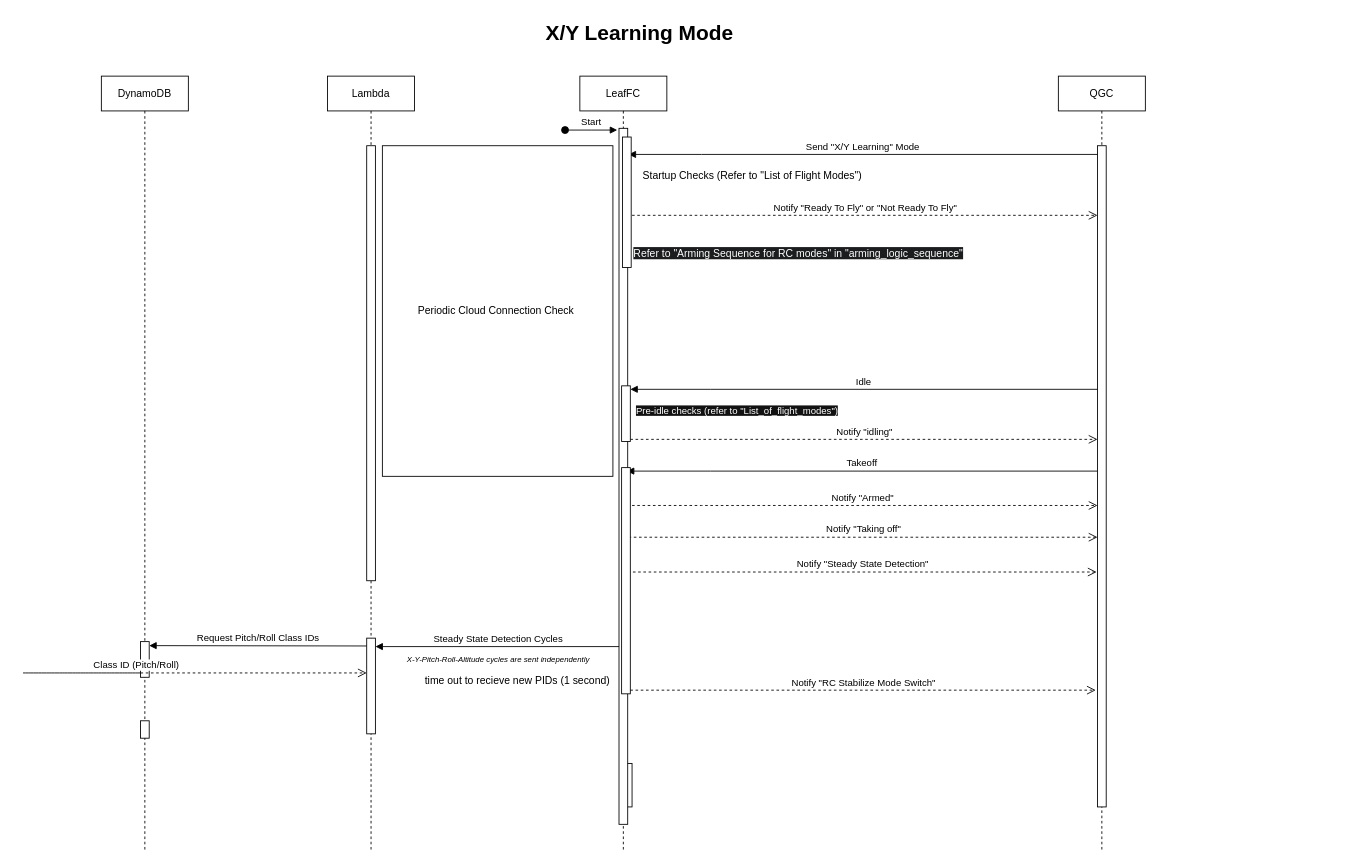
This is Guide/HEAR Software/Flight Modes/Modes Sequence Diagrams/Common.drawio from DroneLeaf/HEAR_wiki, a draw.io file, before an edit. Source tidied: cells renumbered, new cells numbered last; positions are measured from the earlier drawing's top-left corner, leaving out a move shared by most shapes. Both pictures are drawn from the tidied source at 87%, with x=0, y=0 at pixel (23, 15).
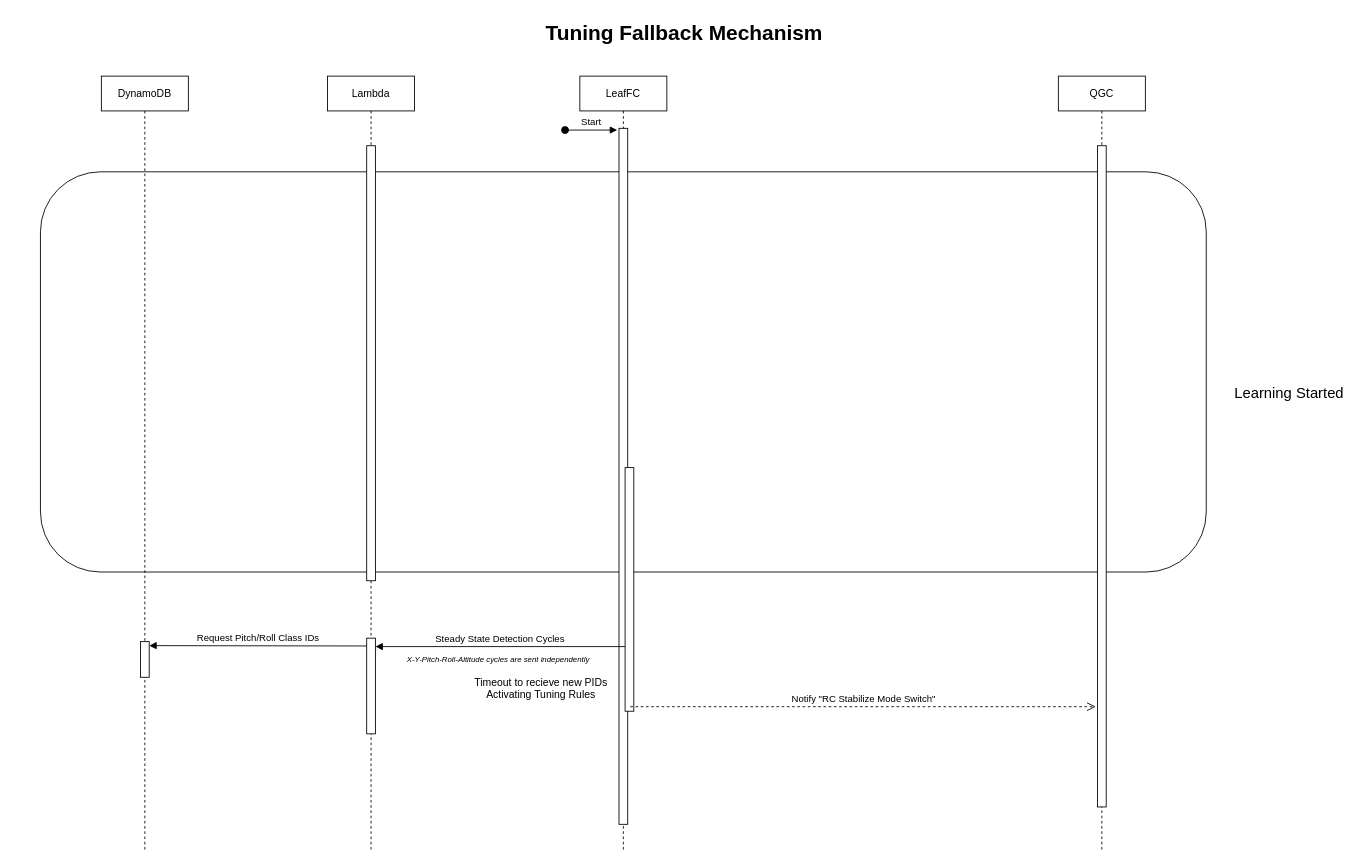
The same page after the edit.

Commit message:
changed the common tuning fallback mechanism to make it compatable with all learning modes

The change refers to these unchanged cells:
```xml
<mxCell id="2" value="LeafFC" style="shape=umlLifeline;perimeter=lifelinePerimeter;whiteSpace=wrap;html=1;newEdgeStyle={&quot;edgeStyle&quot;:&quot;elbowEdgeStyle&quot;,&quot;elbow&quot;:&quot;vertical&quot;,&quot;curved&quot;:0,&quot;rounded&quot;:0};" parent="1" vertex="1">
  <mxGeometry x="640" y="70" width="100" height="890" as="geometry" />
</mxCell>
<mxCell id="15" value="&lt;div&gt;DynamoDB&lt;/div&gt;" style="shape=umlLifeline;perimeter=lifelinePerimeter;whiteSpace=wrap;html=1;newEdgeStyle={&quot;edgeStyle&quot;:&quot;elbowEdgeStyle&quot;,&quot;elbow&quot;:&quot;vertical&quot;,&quot;curved&quot;:0,&quot;rounded&quot;:0};" parent="1" vertex="1">
  <mxGeometry x="90" y="70" width="100" height="890" as="geometry" />
</mxCell>
<mxCell id="18" style="html=1;points=[];perimeter=orthogonalPerimeter;outlineConnect=0;targetShapes=umlLifeline;portConstraint=eastwest;newEdgeStyle={&quot;edgeStyle&quot;:&quot;elbowEdgeStyle&quot;,&quot;elbow&quot;:&quot;vertical&quot;,&quot;curved&quot;:0,&quot;rounded&quot;:0};" parent="1" vertex="1">
  <mxGeometry x="135" y="720" width="10" height="41" as="geometry" />
</mxCell>
```

What changed in the source:
```diff
@@
+    <mxCell id="36" style="rounded=1;whiteSpace=wrap;html=1;" parent="1" vertex="1">
+      <mxGeometry x="20" y="180" width="1340" height="460" as="geometry" />
+    </mxCell>
@@
-    <mxCell id="3" style="html=1;perimeter=orthogonalPerimeter;targetShapes=umlLifeline;newEdgeStyle={&quot;edgeStyle&quot;:&quot;elbowEdgeStyle&quot;,&quot;elbow&quot;:&quot;vertical&quot;,&quot;curved&quot;:0,&quot;rounded&quot;:0};" parent="2" vertex="1">
-      <mxGeometry x="50" y="790" width="10" height="50" as="geometry" />
-    </mxCell>
@@
-    <mxCell id="6" value="X/Y Learning Mode" style="text;html=1;align=left;verticalAlign=top;strokeColor=none;fillColor=none;fontStyle=1;fontSize=24;" parent="1" vertex="1">
-      <mxGeometry x="599" width="190" height="40" as="geometry" />
+    <mxCell id="6" value="Tuning Fallback Mechanism" style="text;html=1;align=left;verticalAlign=top;strokeColor=none;fillColor=none;fontStyle=1;fontSize=24;" parent="1" vertex="1">
+      <mxGeometry x="599" width="320" height="40" as="geometry" />
     </mxCell>
-    <mxCell id="7" value="Send &quot;X/Y Learning&quot; Mode" style="html=1;verticalAlign=bottom;endArrow=block;edgeStyle=elbowEdgeStyle;elbow=horizontal;curved=0;rounded=0;" parent="1" edge="1">
-      <mxGeometry relative="1" as="geometry">
-        <mxPoint x="1235" y="160" as="sourcePoint" />
-        <mxPoint x="696" y="160" as="targetPoint" />
-        <Array as="points">
-          <mxPoint x="780" y="160" />
-        </Array>
-      </mxGeometry>
-    </mxCell>
-    <mxCell id="8" value="Notify &quot;Ready To Fly&quot; or &quot;Not Ready To Fly&quot;" style="html=1;verticalAlign=bottom;endArrow=open;dashed=1;endSize=8;edgeStyle=elbowEdgeStyle;elbow=vertical;curved=0;rounded=0;" parent="1" edge="1">
-      <mxGeometry relative="1" as="geometry">
-        <mxPoint x="700" y="230" as="sourcePoint" />
-        <mxPoint x="1235" y="230" as="targetPoint" />
-        <Array as="points">
-          <mxPoint x="780" y="230" />
-        </Array>
-      </mxGeometry>
-    </mxCell>
-    <mxCell id="9" value="Idle" style="html=1;verticalAlign=bottom;endArrow=block;edgeStyle=elbowEdgeStyle;elbow=vertical;curved=0;rounded=0;" parent="1" edge="1" target="30">
-      <mxGeometry relative="1" as="geometry">
-        <mxPoint x="1235" y="430" as="sourcePoint" />
-        <Array as="points">
-          <mxPoint x="790" y="430" />
-        </Array>
-      </mxGeometry>
-    </mxCell>
-    <mxCell id="10" value="Notify &quot;idling&quot;" style="html=1;verticalAlign=bottom;endArrow=open;dashed=1;endSize=8;edgeStyle=elbowEdgeStyle;elbow=vertical;curved=0;rounded=0;" parent="1" edge="1" source="30">
-      <mxGeometry relative="1" as="geometry">
-        <mxPoint x="1235" y="487.5" as="targetPoint" />
-        <Array as="points">
-          <mxPoint x="780" y="487.5" />
-        </Array>
-      </mxGeometry>
-    </mxCell>
@@
-    <mxCell id="16" style="html=1;perimeter=orthogonalPerimeter;targetShapes=umlLifeline;newEdgeStyle={&quot;edgeStyle&quot;:&quot;elbowEdgeStyle&quot;,&quot;elbow&quot;:&quot;vertical&quot;,&quot;curved&quot;:0,&quot;rounded&quot;:0};" parent="15" vertex="1">
-      <mxGeometry x="45" y="741" width="10" height="20" as="geometry" />
-    </mxCell>
-    <mxCell id="17" value="Steady State Detection Cycles" style="html=1;verticalAlign=bottom;endArrow=block;edgeStyle=elbowEdgeStyle;elbow=vertical;curved=0;rounded=0;" parent="1" edge="1" source="31">
-      <mxGeometry relative="1" as="geometry">
-        <mxPoint x="405" y="725.8" as="targetPoint" />
-        <Array as="points">
-          <mxPoint x="305" y="725.7" />
-        </Array>
-      </mxGeometry>
-    </mxCell>
@@
-    <mxCell id="20" value="Class ID (Pitch/Roll)" style="html=1;verticalAlign=bottom;endArrow=open;dashed=1;endSize=8;edgeStyle=elbowEdgeStyle;elbow=vertical;curved=0;rounded=0;" parent="1" edge="1" source="18">
-      <mxGeometry relative="1" as="geometry">
-        <mxPoint x="395" y="756" as="targetPoint" />
-        <Array as="points">
-          <mxPoint y="756" />
-        </Array>
-      </mxGeometry>
-    </mxCell>
-    <mxCell id="21" value="Takeoff" style="html=1;verticalAlign=bottom;endArrow=block;edgeStyle=elbowEdgeStyle;elbow=vertical;curved=0;rounded=0;" parent="1" edge="1">
-      <mxGeometry relative="1" as="geometry">
-        <mxPoint x="1235" y="524" as="sourcePoint" />
-        <mxPoint x="694" y="524" as="targetPoint" />
-        <Array as="points">
-          <mxPoint x="790" y="524" />
-        </Array>
-      </mxGeometry>
-    </mxCell>
-    <mxCell id="22" value="Notify &quot;Armed&quot;" style="html=1;verticalAlign=bottom;endArrow=open;dashed=1;endSize=8;edgeStyle=elbowEdgeStyle;elbow=vertical;curved=0;rounded=0;" parent="1" edge="1">
-      <mxGeometry relative="1" as="geometry">
-        <mxPoint x="694" y="563.5" as="sourcePoint" />
-        <mxPoint x="1235" y="563.5" as="targetPoint" />
-        <Array as="points">
-          <mxPoint x="780" y="563.5" />
-        </Array>
-      </mxGeometry>
-    </mxCell>
-    <mxCell id="23" value="Notify&amp;nbsp;&quot;Taking off&quot;" style="html=1;verticalAlign=bottom;endArrow=open;dashed=1;endSize=8;edgeStyle=elbowEdgeStyle;elbow=vertical;curved=0;rounded=0;" parent="1" edge="1">
-      <mxGeometry relative="1" as="geometry">
-        <mxPoint x="696" y="600" as="sourcePoint" />
-        <mxPoint x="1235" y="600" as="targetPoint" />
-        <Array as="points">
-          <mxPoint x="780" y="600" />
-        </Array>
-      </mxGeometry>
-    </mxCell>
-    <mxCell id="24" value="Notify&amp;nbsp;&quot;Steady State Detection&quot;" style="html=1;verticalAlign=bottom;endArrow=open;dashed=1;endSize=8;edgeStyle=elbowEdgeStyle;elbow=vertical;curved=0;rounded=0;" parent="1" edge="1">
-      <mxGeometry relative="1" as="geometry">
-        <mxPoint x="695" y="640" as="sourcePoint" />
-        <mxPoint x="1234" y="640" as="targetPoint" />
-        <Array as="points">
-          <mxPoint x="779" y="640" />
-        </Array>
-      </mxGeometry>
-    </mxCell>
-    <mxCell id="25" value="&lt;span style=&quot;color: rgb(255, 255, 255); font-family: Helvetica; font-size: 11px; font-style: normal; font-variant-ligatures: normal; font-variant-caps: normal; font-weight: 400; letter-spacing: normal; orphans: 2; text-align: center; text-indent: 0px; text-transform: none; widows: 2; word-spacing: 0px; -webkit-text-stroke-width: 0px; white-space: nowrap; background-color: rgb(18, 18, 18); text-decoration-thickness: initial; text-decoration-style: initial; text-decoration-color: initial; display: inline !important; float: none;&quot;&gt;Pre-idle checks (refer to &quot;List_of_flight_modes&quot;)&lt;/span&gt;" style="text;whiteSpace=wrap;html=1;" parent="1" vertex="1">
-      <mxGeometry x="703" y="441" width="100" height="40" as="geometry" />
-    </mxCell>
-    <mxCell id="26" value="Periodic Cloud Connection Check&amp;nbsp;" style="rounded=0;whiteSpace=wrap;html=1;" parent="1" vertex="1">
-      <mxGeometry x="413" y="150" width="265" height="380" as="geometry" />
-    </mxCell>
-    <mxCell id="27" value="&lt;span style=&quot;color: rgb(255, 255, 255); font-family: Helvetica; font-size: 12px; font-style: normal; font-variant-ligatures: normal; font-variant-caps: normal; font-weight: 400; letter-spacing: normal; orphans: 2; text-align: center; text-indent: 0px; text-transform: none; widows: 2; word-spacing: 0px; -webkit-text-stroke-width: 0px; white-space: normal; background-color: rgb(27, 29, 30); text-decoration-thickness: initial; text-decoration-style: initial; text-decoration-color: initial; display: inline !important; float: none;&quot;&gt;Refer to &quot;Arming Sequence for RC modes&quot; in &quot;arming_logic_sequence&quot;&lt;/span&gt;" style="text;whiteSpace=wrap;html=1;" parent="1" vertex="1">
-      <mxGeometry x="700" y="260" width="410" height="40" as="geometry" />
-    </mxCell>
@@
-    <mxCell id="29" style="html=1;perimeter=orthogonalPerimeter;targetShapes=umlLifeline;newEdgeStyle={&quot;edgeStyle&quot;:&quot;elbowEdgeStyle&quot;,&quot;elbow&quot;:&quot;vertical&quot;,&quot;curved&quot;:0,&quot;rounded&quot;:0};" parent="1" vertex="1">
-      <mxGeometry x="689" y="140" width="10" height="150" as="geometry" />
-    </mxCell>
-    <mxCell id="30" style="html=1;points=[];perimeter=orthogonalPerimeter;outlineConnect=0;targetShapes=umlLifeline;portConstraint=eastwest;newEdgeStyle={&quot;edgeStyle&quot;:&quot;elbowEdgeStyle&quot;,&quot;elbow&quot;:&quot;vertical&quot;,&quot;curved&quot;:0,&quot;rounded&quot;:0};" parent="1" vertex="1">
-      <mxGeometry x="688" y="426" width="10" height="64" as="geometry" />
-    </mxCell>
     <mxCell id="31" style="html=1;points=[];perimeter=orthogonalPerimeter;outlineConnect=0;targetShapes=umlLifeline;portConstraint=eastwest;newEdgeStyle={&quot;edgeStyle&quot;:&quot;elbowEdgeStyle&quot;,&quot;elbow&quot;:&quot;vertical&quot;,&quot;curved&quot;:0,&quot;rounded&quot;:0};" parent="1" vertex="1">
-      <mxGeometry x="688" y="520" width="10" height="260" as="geometry" />
+      <mxGeometry x="692" y="520" width="10" height="280" as="geometry" />
     </mxCell>
@@
-    <mxCell id="33" value="Startup Checks (Refer to &quot;List of Flight Modes&quot;)" style="text;html=1;align=center;verticalAlign=middle;strokeColor=none;fillColor=none;" parent="1" vertex="1">
-      <mxGeometry x="698" y="170" width="280" height="30" as="geometry" />
-    </mxCell>
-    <mxCell id="34" value="time out to recieve new PIDs (1 second&lt;span style=&quot;background-color: transparent; color: light-dark(rgb(0, 0, 0), rgb(255, 255, 255));&quot;&gt;)&lt;/span&gt;" style="text;html=1;align=center;verticalAlign=middle;strokeColor=none;fillColor=none;" parent="1" vertex="1">
-      <mxGeometry x="448" y="750" width="240" height="30" as="geometry" />
+    <mxCell id="34" value="Timeout to recieve new PIDs&lt;div&gt;Activating Tuning Rules&lt;/div&gt;&lt;div&gt;&lt;br&gt;&lt;/div&gt;" style="text;html=1;align=center;verticalAlign=middle;strokeColor=none;fillColor=none;" parent="1" vertex="1">
+      <mxGeometry x="505" y="750.5" width="180" height="60" as="geometry" />
     </mxCell>
     <mxCell id="35" value="Notify &quot;RC Stabilize Mode Switch&quot;" style="html=1;verticalAlign=bottom;endArrow=open;dashed=1;endSize=8;edgeStyle=elbowEdgeStyle;elbow=vertical;curved=0;rounded=0;" parent="1" edge="1">
       <mxGeometry relative="1" as="geometry">
-        <mxPoint x="698" y="775.8" as="sourcePoint" />
-        <mxPoint x="1233" y="775.8" as="targetPoint" />
+        <mxPoint x="698" y="794.8" as="sourcePoint" />
+        <mxPoint x="1233" y="794.8" as="targetPoint" />
         <Array as="points">
-          <mxPoint x="778" y="775.8" />
+          <mxPoint x="778" y="794.8" />
         </Array>
       </mxGeometry>
     </mxCell>
+    <mxCell id="37" value="Learning Started" style="text;html=1;align=center;verticalAlign=middle;strokeColor=none;fillColor=none;fontSize=17;" parent="1" vertex="1">
+      <mxGeometry x="1400" y="420" width="110" height="30" as="geometry" />
+    </mxCell>
+    <mxCell id="17" value="Steady State Detection Cycles" style="html=1;verticalAlign=bottom;endArrow=block;edgeStyle=elbowEdgeStyle;elbow=vertical;curved=0;rounded=0;" parent="1" edge="1" source="31">
+      <mxGeometry relative="1" as="geometry">
+        <mxPoint x="405" y="725.8" as="targetPoint" />
+        <Array as="points">
+          <mxPoint x="305" y="725.7" />
+        </Array>
+      </mxGeometry>
+    </mxCell>
```
